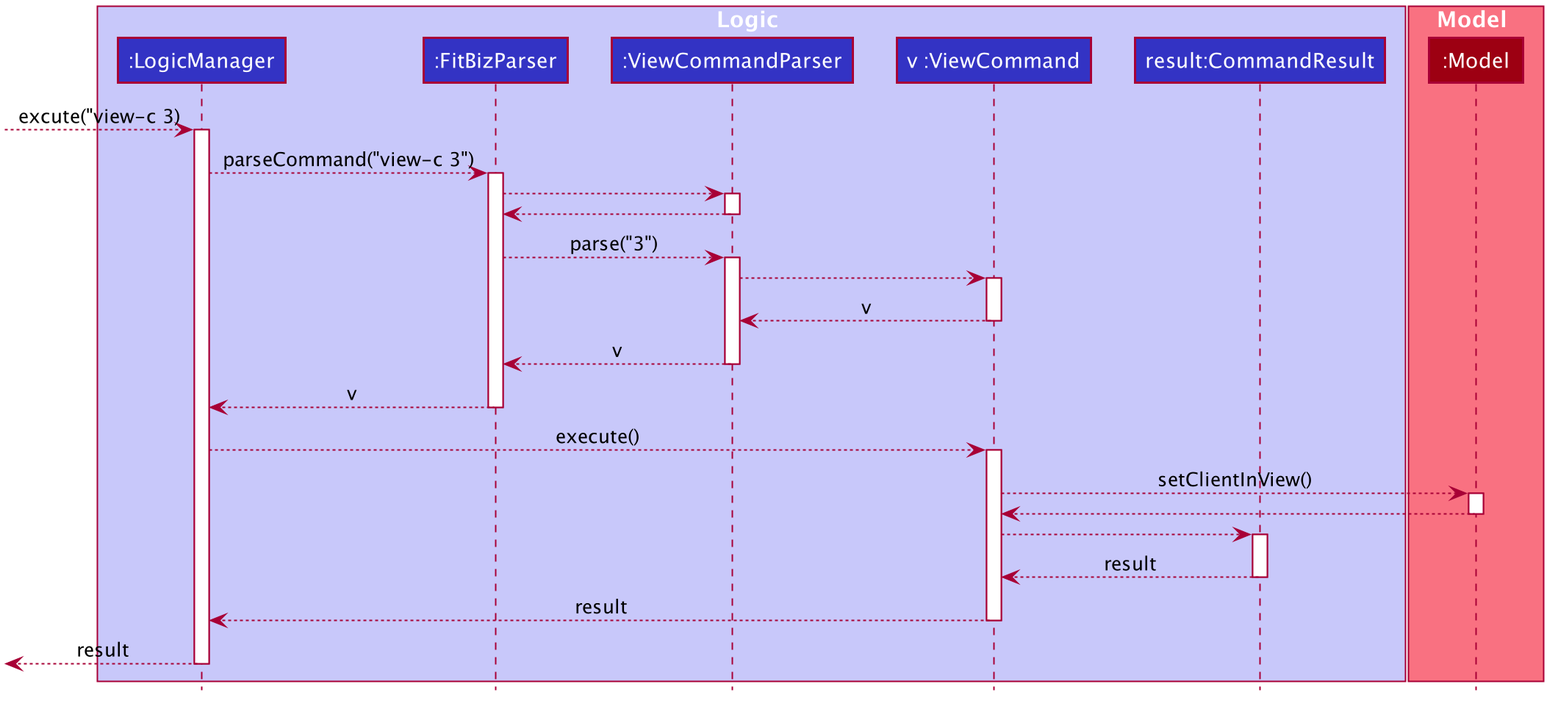
This is docs/images/ViewSequenceDiagram.png from nus-cs2103-AY1920S2/addressbook-level3, a PlantUML export, as it was before one commit.
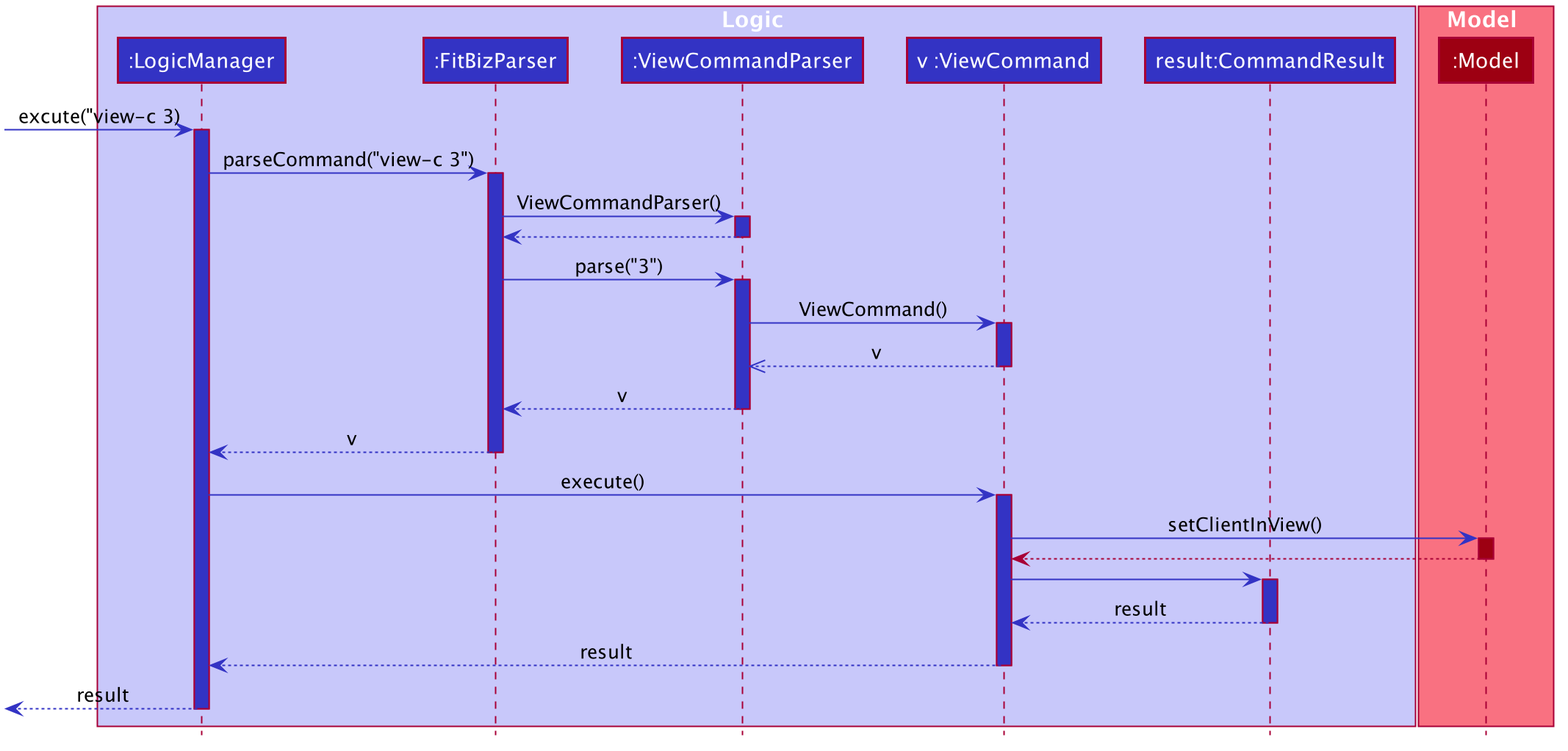
After the commit.

The edit, as a diff of the source:
```diff
@@ -60,52 +60,52 @@
 participant ":Model" as Model #9D0012
 end box
 
---> LogicManager : excute("view-c 3)
-activate LogicManager
+-[#3333C4]> LogicManager : excute("view-c 3)
+activate LogicManager #3333C4
 
-LogicManager --> FitBizParser : parseCommand("view-c 3")
-activate FitBizParser
+LogicManager -[#3333C4]> FitBizParser : parseCommand("view-c 3")
+activate FitBizParser #3333C4
 
-FitBizParser --> ViewCommandParser
-activate ViewCommandParser
+FitBizParser -[#3333C4]> ViewCommandParser : ViewCommandParser()
+activate ViewCommandParser #3333C4
 
-ViewCommandParser --> FitBizParser
+ViewCommandParser --[#3333C4]> FitBizParser
 deactivate ViewCommandParser
 
-FitBizParser --> ViewCommandParser : parse("3")
-activate ViewCommandParser
+FitBizParser -[#3333C4]> ViewCommandParser : parse("3")
+activate ViewCommandParser #3333C4
 
-ViewCommandParser --> ViewCommand
-activate ViewCommand
+ViewCommandParser -[#3333C4]> ViewCommand : ViewCommand()
+activate ViewCommand #3333C4
 
-ViewCommand --> ViewCommandParser : v
+ViewCommand --[#3333C4]>> ViewCommandParser : v
 deactivate ViewCommand
 
-ViewCommandParser --> FitBizParser : v
+ViewCommandParser --[#3333C4]> FitBizParser : v
 deactivate ViewCommandParser
 
-FitBizParser --> LogicManager : v
+FitBizParser --[#3333C4]> LogicManager : v
 deactivate FitBizParser
 
-LogicManager --> ViewCommand : execute()
-activate ViewCommand
+LogicManager -[#3333C4]> ViewCommand : execute()
+activate ViewCommand #3333C4
 
-ViewCommand --> Model : setClientInView()
-activate Model
+ViewCommand -[#3333C4]> Model : setClientInView()
+activate Model #9D0012
 
 Model --> ViewCommand
 deactivate Model
 
-ViewCommand --> CommandResult
-activate CommandResult
+ViewCommand -[#3333C4]> CommandResult
+activate CommandResult  #3333C4
 
-CommandResult --> ViewCommand : result
+CommandResult --[#3333C4]> ViewCommand : result
 deactivate CommandResult
 
-ViewCommand --> LogicManager : result
+ViewCommand --[#3333C4]> LogicManager : result
 deactivate ViewCommand
 
-<-- LogicManager : result
+<[#3333C4]-- LogicManager : result
 deactivate LogicManager
 
 @enduml
```
